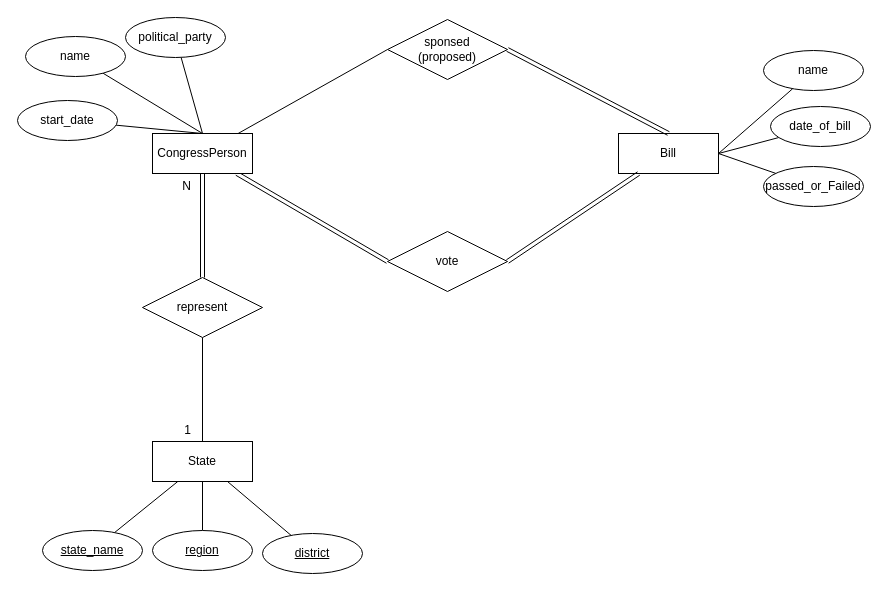
Before: DBStudio/DBStudio_Ass3_Represent.drawio in cobinding/draw.io_collection, a draw.io diagram. Source tidied: cells renumbered, new cells numbered last; positions are measured from the earlier drawing's top-left corner, leaving out a move shared by most shapes. Both pictures are drawn from the tidied source at 100%, with x=0, y=0 at pixel (17, 17).
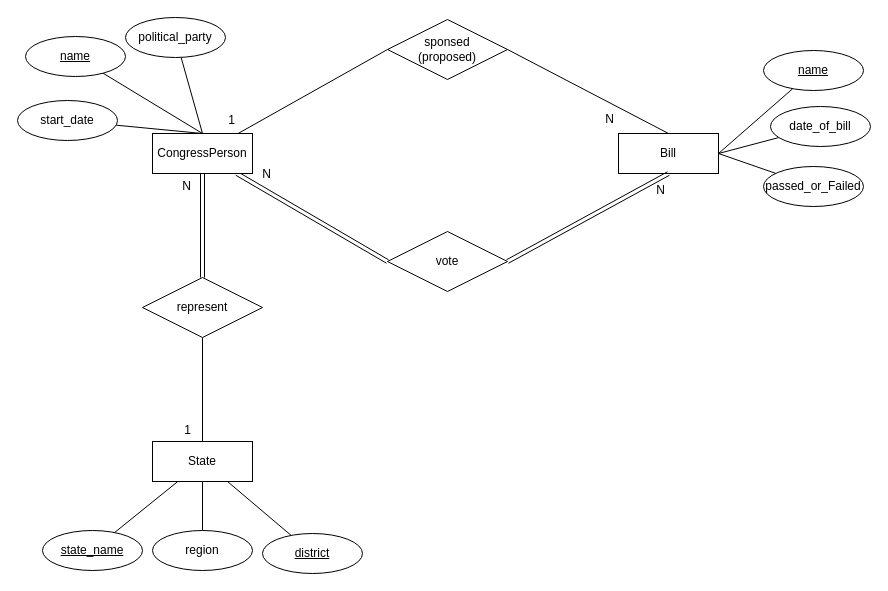
Above is the later version.

Unchanged cells that the change refers to:
```xml
<mxCell id="8" value="Bill" style="whiteSpace=wrap;html=1;align=center;" parent="1" vertex="1">
  <mxGeometry x="601" y="116" width="100" height="40" as="geometry" />
</mxCell>
<mxCell id="10" value="sponsed&lt;div&gt;(proposed)&lt;/div&gt;" style="shape=rhombus;perimeter=rhombusPerimeter;whiteSpace=wrap;html=1;align=center;" parent="1" vertex="1">
  <mxGeometry x="370" y="2" width="120" height="60" as="geometry" />
</mxCell>
<mxCell id="33" value="vote" style="shape=rhombus;perimeter=rhombusPerimeter;whiteSpace=wrap;html=1;align=center;" parent="1" vertex="1">
  <mxGeometry x="370" y="214" width="120" height="60" as="geometry" />
</mxCell>
```

Diff of the diagram source:
```diff
@@
-    <mxCell id="9" style="rounded=0;jettySize=auto;html=1;entryX=0.5;entryY=0;entryDx=0;entryDy=0;endArrow=none;endFill=0;exitX=1;exitY=0.5;exitDx=0;exitDy=0;shape=link;" parent="1" edge="1" source="10" target="8">
+    <mxCell id="9" style="rounded=0;jettySize=auto;html=1;entryX=0.5;entryY=0;entryDx=0;entryDy=0;endArrow=none;endFill=0;exitX=1;exitY=0.5;exitDx=0;exitDy=0;" parent="1" edge="1" source="10" target="8">
       <mxGeometry relative="1" as="geometry" />
     </mxCell>
@@
-    <mxCell id="13" value="&lt;u&gt;region&lt;/u&gt;" style="ellipse;whiteSpace=wrap;html=1;align=center;" parent="1" vertex="1">
+    <mxCell id="13" value="region" style="ellipse;whiteSpace=wrap;html=1;align=center;" parent="1" vertex="1">
       <mxGeometry x="135" y="513" width="100" height="40" as="geometry" />
     </mxCell>
@@
-    <mxCell id="19" value="name" style="ellipse;whiteSpace=wrap;html=1;align=center;" parent="1" vertex="1">
+    <mxCell id="19" value="&lt;u&gt;name&lt;/u&gt;" style="ellipse;whiteSpace=wrap;html=1;align=center;" parent="1" vertex="1">
       <mxGeometry x="8" y="19" width="100" height="40" as="geometry" />
     </mxCell>
@@
-    <mxCell id="27" value="name" style="ellipse;whiteSpace=wrap;html=1;align=center;" parent="1" vertex="1">
+    <mxCell id="27" value="&lt;u&gt;name&lt;/u&gt;" style="ellipse;whiteSpace=wrap;html=1;align=center;" parent="1" vertex="1">
       <mxGeometry x="746" y="33" width="100" height="40" as="geometry" />
     </mxCell>
@@
-    <mxCell id="32" style="rounded=0;jettySize=auto;html=1;exitX=1;exitY=0.5;exitDx=0;exitDy=0;endArrow=none;endFill=0;shape=link;" parent="1" edge="1" source="33" target="8">
+    <mxCell id="32" style="rounded=0;jettySize=auto;html=1;exitX=1;exitY=0.5;exitDx=0;exitDy=0;endArrow=none;endFill=0;shape=link;entryX=0.5;entryY=1;entryDx=0;entryDy=0;" parent="1" edge="1" source="33" target="8">
       <mxGeometry relative="1" as="geometry" />
     </mxCell>
@@
+    <mxCell id="34" value="N" style="text;html=1;align=center;verticalAlign=middle;strokeColor=none;fillColor=none;" parent="1" vertex="1">
+      <mxGeometry x="629" y="160" width="27" height="26" as="geometry" />
+    </mxCell>
+    <mxCell id="35" value="N" style="text;html=1;align=center;verticalAlign=middle;strokeColor=none;fillColor=none;" parent="1" vertex="1">
+      <mxGeometry x="235" y="144" width="27" height="26" as="geometry" />
+    </mxCell>
+    <mxCell id="36" value="N" style="text;html=1;align=center;verticalAlign=middle;strokeColor=none;fillColor=none;" parent="1" vertex="1">
+      <mxGeometry x="578" y="89" width="27" height="26" as="geometry" />
+    </mxCell>
+    <mxCell id="37" value="1" style="text;html=1;align=center;verticalAlign=middle;strokeColor=none;fillColor=none;" parent="1" vertex="1">
+      <mxGeometry x="201" y="90" width="25" height="26" as="geometry" />
+    </mxCell>
```
